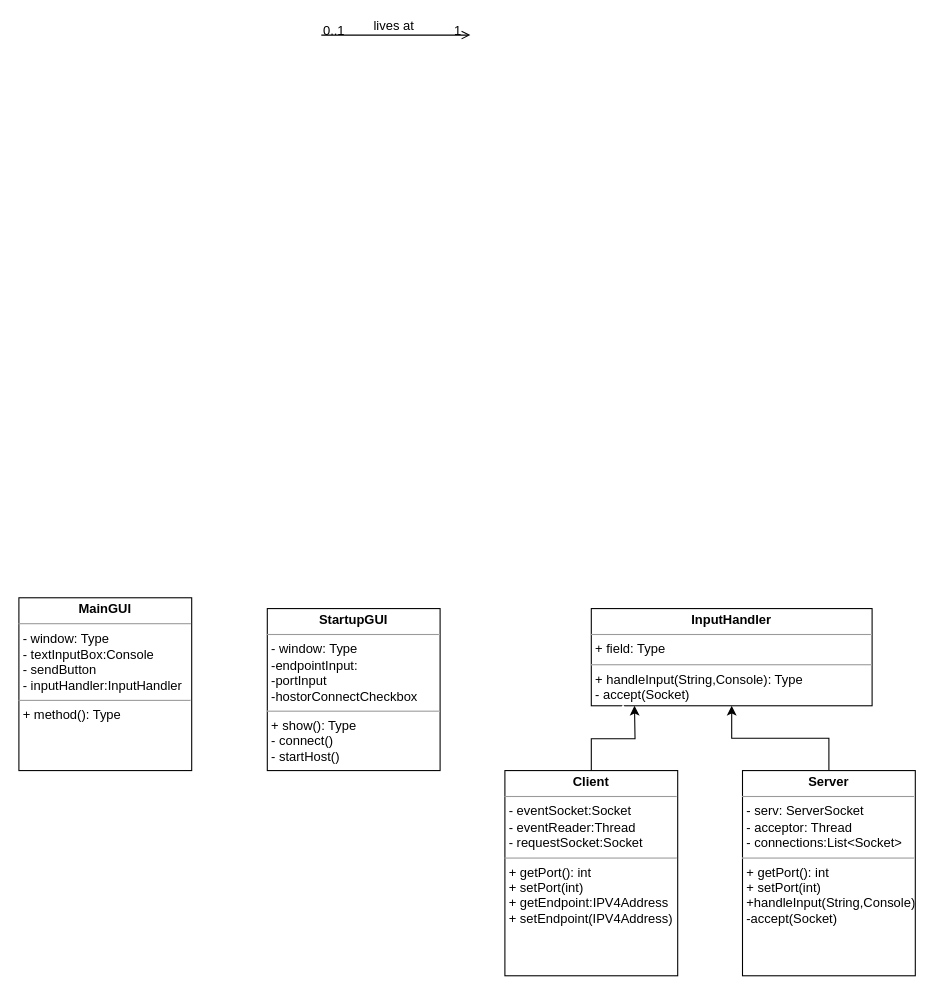
pranjalghimire/Capstone-project keeps this draw.io diagram as Untitled Diagram.drawio. Above is the earlier version. Source tidied: cells renumbered, new cells numbered last; positions are measured from the earlier drawing's top-left corner, leaving out a move shared by most shapes. Both pictures are drawn from the tidied source at 108%, with x=0, y=0 at pixel (18, 35).
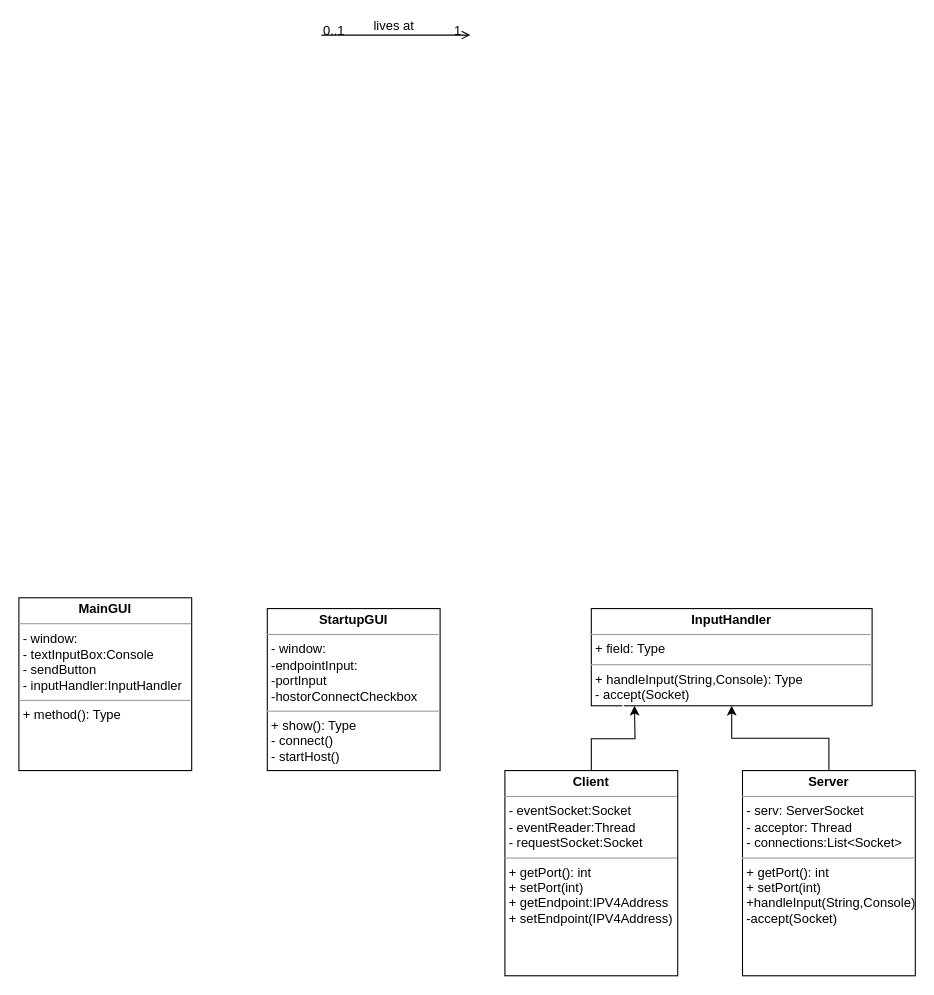
The same page after the edit.

Diff of the diagram source:
```diff
@@
-    <mxCell id="6" value="&lt;p style=&quot;margin: 0px ; margin-top: 4px ; text-align: center&quot;&gt;&lt;b&gt;StartupGUI&lt;/b&gt;&lt;/p&gt;&lt;hr size=&quot;1&quot;&gt;&lt;p style=&quot;margin: 0px ; margin-left: 4px&quot;&gt;- window: Type&lt;/p&gt;&lt;p style=&quot;margin: 0px ; margin-left: 4px&quot;&gt;-endpointInput:&lt;/p&gt;&lt;p style=&quot;margin: 0px ; margin-left: 4px&quot;&gt;-portInput&lt;/p&gt;&lt;p style=&quot;margin: 0px ; margin-left: 4px&quot;&gt;-hostorConnectCheckbox&lt;/p&gt;&lt;hr size=&quot;1&quot;&gt;&lt;p style=&quot;margin: 0px ; margin-left: 4px&quot;&gt;+ show(): Type&lt;/p&gt;&lt;p style=&quot;margin: 0px ; margin-left: 4px&quot;&gt;- connect()&lt;/p&gt;&lt;p style=&quot;margin: 0px ; margin-left: 4px&quot;&gt;- startHost()&lt;/p&gt;" style="verticalAlign=top;align=left;overflow=fill;fontSize=12;fontFamily=Helvetica;html=1;" parent="1" vertex="1">
+    <mxCell id="6" value="&lt;p style=&quot;margin: 0px ; margin-top: 4px ; text-align: center&quot;&gt;&lt;b&gt;StartupGUI&lt;/b&gt;&lt;/p&gt;&lt;hr size=&quot;1&quot;&gt;&lt;p style=&quot;margin: 0px ; margin-left: 4px&quot;&gt;- window:&amp;nbsp;&lt;/p&gt;&lt;p style=&quot;margin: 0px ; margin-left: 4px&quot;&gt;-endpointInput:&lt;/p&gt;&lt;p style=&quot;margin: 0px ; margin-left: 4px&quot;&gt;-portInput&lt;/p&gt;&lt;p style=&quot;margin: 0px ; margin-left: 4px&quot;&gt;-hostorConnectCheckbox&lt;/p&gt;&lt;hr size=&quot;1&quot;&gt;&lt;p style=&quot;margin: 0px ; margin-left: 4px&quot;&gt;+ show(): Type&lt;/p&gt;&lt;p style=&quot;margin: 0px ; margin-left: 4px&quot;&gt;- connect()&lt;/p&gt;&lt;p style=&quot;margin: 0px ; margin-left: 4px&quot;&gt;- startHost()&lt;/p&gt;" style="verticalAlign=top;align=left;overflow=fill;fontSize=12;fontFamily=Helvetica;html=1;" parent="1" vertex="1">
       <mxGeometry x="230" y="531" width="160" height="150" as="geometry" />
     </mxCell>
@@
-    <mxCell id="12" value="&lt;p style=&quot;margin: 0px ; margin-top: 4px ; text-align: center&quot;&gt;&lt;b&gt;MainGUI&lt;/b&gt;&lt;/p&gt;&lt;hr size=&quot;1&quot;&gt;&lt;p style=&quot;margin: 0px ; margin-left: 4px&quot;&gt;- window: Type&lt;/p&gt;&lt;p style=&quot;margin: 0px ; margin-left: 4px&quot;&gt;- textInputBox:Console&lt;/p&gt;&lt;p style=&quot;margin: 0px ; margin-left: 4px&quot;&gt;- sendButton&lt;/p&gt;&lt;p style=&quot;margin: 0px ; margin-left: 4px&quot;&gt;- inputHandler:InputHandler&lt;/p&gt;&lt;hr size=&quot;1&quot;&gt;&lt;p style=&quot;margin: 0px ; margin-left: 4px&quot;&gt;+ method(): Type&lt;/p&gt;" style="verticalAlign=top;align=left;overflow=fill;fontSize=12;fontFamily=Helvetica;html=1;" parent="1" vertex="1">
+    <mxCell id="12" value="&lt;p style=&quot;margin: 0px ; margin-top: 4px ; text-align: center&quot;&gt;&lt;b&gt;MainGUI&lt;/b&gt;&lt;/p&gt;&lt;hr size=&quot;1&quot;&gt;&lt;p style=&quot;margin: 0px ; margin-left: 4px&quot;&gt;- window:&amp;nbsp;&lt;/p&gt;&lt;p style=&quot;margin: 0px ; margin-left: 4px&quot;&gt;- textInputBox:Console&lt;/p&gt;&lt;p style=&quot;margin: 0px ; margin-left: 4px&quot;&gt;- sendButton&lt;/p&gt;&lt;p style=&quot;margin: 0px ; margin-left: 4px&quot;&gt;- inputHandler:InputHandler&lt;/p&gt;&lt;hr size=&quot;1&quot;&gt;&lt;p style=&quot;margin: 0px ; margin-left: 4px&quot;&gt;+ method(): Type&lt;/p&gt;" style="verticalAlign=top;align=left;overflow=fill;fontSize=12;fontFamily=Helvetica;html=1;" parent="1" vertex="1">
       <mxGeometry y="521" width="160" height="160" as="geometry" />
     </mxCell>
```
